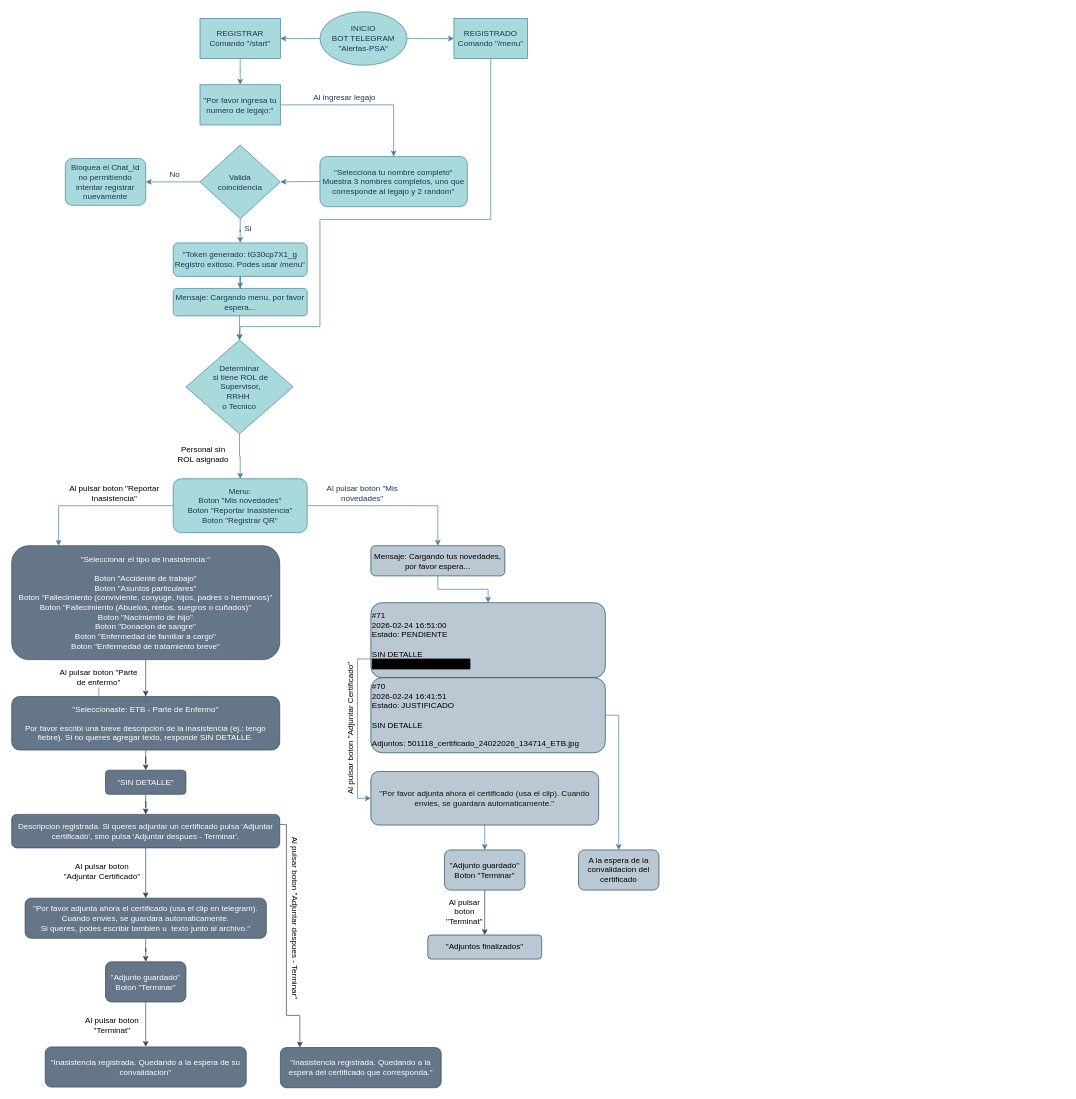
The draw.io diagram page "Flujos_Bot_Telegram" (1 of 2) of Flujos_en _Bot.drawio in gavalle2024/Diagramas-de-Flujos, before the edit. Source tidied: cells renumbered, new cells numbered last; positions are measured from the earlier drawing's top-left corner, leaving out a move shared by most shapes. Both pictures are drawn from the tidied source at 67%, with x=0, y=0 at pixel (11, 11).
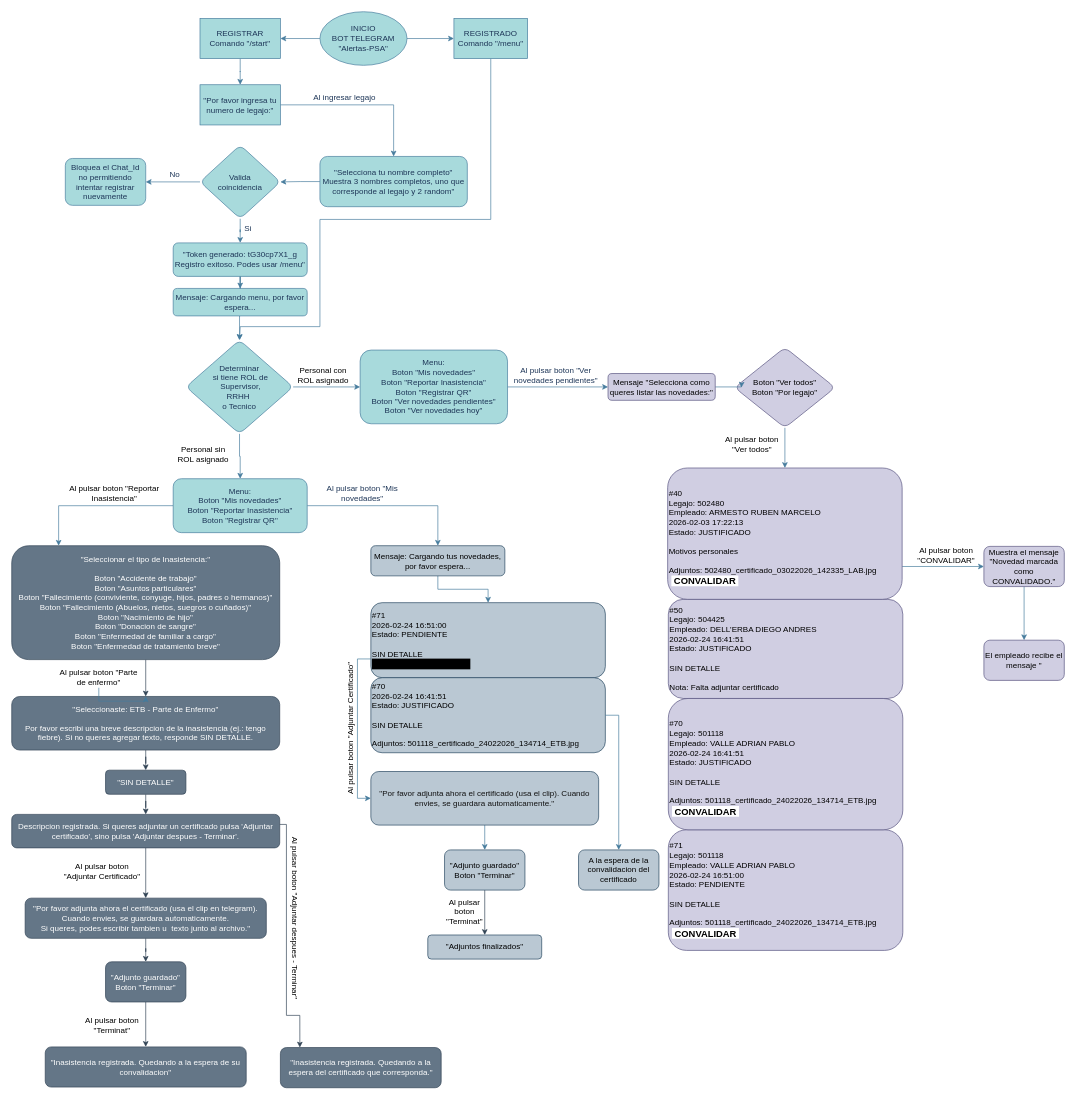
Above is the later version.

The edit, as a diff of the source:
```diff
@@
-    <mxCell id="14" value="Valida&lt;div&gt;coincidencia&lt;/div&gt;" style="rhombus;whiteSpace=wrap;html=1;labelBackgroundColor=none;fillColor=#A8DADC;strokeColor=#457B9D;fontColor=#1D3557;" parent="1" vertex="1">
+    <mxCell id="14" value="Valida&lt;div&gt;coincidencia&lt;/div&gt;" style="rhombus;whiteSpace=wrap;html=1;rounded=1;labelBackgroundColor=none;fillColor=#A8DADC;strokeColor=#457B9D;fontColor=#1D3557;" parent="1" vertex="1">
       <mxGeometry x="281" y="199" width="120" height="110" as="geometry" />
     </mxCell>
@@
+    <mxCell id="66" style="edgeStyle=orthogonalEdgeStyle;rounded=0;jettySize=auto;html=1;strokeColor=#457B9D;fontColor=#1D3557;fillColor=#A8DADC;" parent="1" edge="1" source="64" target="68">
+      <mxGeometry relative="1" as="geometry" />
+    </mxCell>
-    <mxCell id="64" value="&lt;div&gt;&lt;br&gt;&lt;/div&gt;Determinar&lt;div&gt;&amp;nbsp;si tiene ROL de&lt;/div&gt;&lt;div&gt;&amp;nbsp;Supervisor,&lt;/div&gt;&lt;div&gt;RRHH&amp;nbsp;&lt;/div&gt;&lt;div&gt;o Tecnico&lt;/div&gt;&lt;div&gt;&amp;nbsp;&lt;/div&gt;" style="rhombus;whiteSpace=wrap;html=1;labelBackgroundColor=none;fillColor=#A8DADC;strokeColor=#457B9D;fontColor=#1D3557;" parent="1" vertex="1">
+    <mxCell id="64" value="&lt;div&gt;&lt;br&gt;&lt;/div&gt;Determinar&lt;div&gt;&amp;nbsp;si tiene ROL de&lt;/div&gt;&lt;div&gt;&amp;nbsp;Supervisor,&lt;/div&gt;&lt;div&gt;RRHH&amp;nbsp;&lt;/div&gt;&lt;div&gt;o Tecnico&lt;/div&gt;&lt;div&gt;&amp;nbsp;&lt;/div&gt;" style="rhombus;whiteSpace=wrap;html=1;rounded=1;labelBackgroundColor=none;fillColor=#A8DADC;strokeColor=#457B9D;fontColor=#1D3557;" parent="1" vertex="1">
       <mxGeometry x="260" y="490" width="160" height="140" as="geometry" />
     </mxCell>
@@
+    <mxCell id="67" style="edgeStyle=orthogonalEdgeStyle;rounded=0;jettySize=auto;html=1;strokeColor=#457B9D;fontColor=#1D3557;fillColor=#A8DADC;" parent="1" edge="1" source="68" target="74">
+      <mxGeometry relative="1" as="geometry" />
+    </mxCell>
+    <mxCell id="68" value="Menu:&lt;div&gt;Boton &quot;Mis novedades&quot;&lt;/div&gt;&lt;div&gt;Boton &quot;Reportar Inasistencia&quot;&lt;/div&gt;&lt;div&gt;Boton &quot;Registrar QR&quot;&lt;/div&gt;&lt;div&gt;Boton &quot;Ver novedades pendientes&quot;&lt;/div&gt;&lt;div&gt;Boton &quot;Ver novedades hoy&quot;&lt;/div&gt;" style="rounded=1;whiteSpace=wrap;html=1;fillColor=#A8DADC;strokeColor=#457B9D;fontColor=#1D3557;labelBackgroundColor=none;" parent="1" vertex="1">
+      <mxGeometry x="520" y="505" width="220" height="110" as="geometry" />
+    </mxCell>
+    <mxCell id="69" value="Personal con ROL asignado" style="text;html=1;whiteSpace=wrap;align=center;verticalAlign=middle;rounded=0;labelBackgroundColor=none;fontColor=light-dark(#000000,#FFFF66);" parent="1" vertex="1">
+      <mxGeometry x="420" y="513" width="90" height="60" as="geometry" />
+    </mxCell>
+    <mxCell id="70" value="Al pulsar boton &quot;Ver novedades pendientes&lt;span style=&quot;background-color: transparent;&quot;&gt;&quot;&lt;/span&gt;" style="text;html=1;whiteSpace=wrap;strokeColor=none;fillColor=none;align=center;verticalAlign=middle;rounded=0;rotation=0;labelBackgroundColor=none;fontColor=light-dark(#1D3557,#FFFF66);" parent="1" vertex="1">
+      <mxGeometry x="736" y="519" width="153" height="45" as="geometry" />
+    </mxCell>
+    <mxCell id="71" style="edgeStyle=orthogonalEdgeStyle;rounded=0;jettySize=auto;html=1;exitX=0.5;exitY=1;exitDx=0;exitDy=0;entryX=0.5;entryY=0;entryDx=0;entryDy=0;strokeColor=#457B9D;fontColor=#1D3557;fillColor=#A8DADC;" parent="1" edge="1" source="72" target="79">
+      <mxGeometry relative="1" as="geometry" />
+    </mxCell>
+    <mxCell id="72" value="Boton &quot;Ver todos&quot;&lt;div&gt;Boton &quot;Por legajo&quot;&lt;/div&gt;" style="rhombus;whiteSpace=wrap;html=1;fillColor=#d0cee2;strokeColor=#56517e;rounded=1;labelBackgroundColor=none;" parent="1" vertex="1">
+      <mxGeometry x="1079" y="501" width="150" height="120" as="geometry" />
+    </mxCell>
+    <mxCell id="73" style="edgeStyle=orthogonalEdgeStyle;rounded=0;jettySize=auto;html=1;exitX=1;exitY=0.5;exitDx=0;exitDy=0;strokeColor=#457B9D;fontColor=#1D3557;fillColor=#A8DADC;entryX=0.067;entryY=0.5;entryDx=0;entryDy=0;entryPerimeter=0;" parent="1" edge="1" source="74" target="72">
+      <mxGeometry relative="1" as="geometry" />
+    </mxCell>
+    <mxCell id="74" value="Mensaje &quot;Selecciona como queres listar las novedades:&quot;" style="rounded=1;whiteSpace=wrap;html=1;fillColor=#d0cee2;strokeColor=#56517e;labelBackgroundColor=none;fontColor=light-dark(#000000,#FFFFFF);" parent="1" vertex="1">
+      <mxGeometry x="890" y="540" width="160" height="40" as="geometry" />
+    </mxCell>
+    <mxCell id="75" value="&lt;div&gt;&lt;br&gt;&lt;/div&gt;&lt;div&gt;&lt;br&gt;&lt;/div&gt;&lt;div&gt;#50&lt;/div&gt;&lt;div&gt;&lt;div&gt;Legajo: 504425&lt;/div&gt;&lt;div&gt;Empleado: DELL'ERBA DIEGO ANDRES&lt;/div&gt;&lt;/div&gt;&lt;div&gt;2026-02-24 16:41:51&lt;/div&gt;&lt;div&gt;Estado: JUSTIFICADO&lt;/div&gt;&lt;div&gt;&lt;br&gt;&lt;/div&gt;&lt;div&gt;SIN DETALLE&lt;/div&gt;&lt;div&gt;&lt;br&gt;&lt;/div&gt;&lt;div&gt;Nota: Falta adjuntar certificado&lt;/div&gt;&lt;div&gt;&lt;br&gt;&lt;/div&gt;&lt;div&gt;&lt;br&gt;&lt;/div&gt;" style="rounded=1;whiteSpace=wrap;html=1;labelBackgroundColor=none;fillColor=#d0cee2;strokeColor=#56517e;align=left;" parent="1" vertex="1">
+      <mxGeometry x="980" y="877" width="350" height="148" as="geometry" />
+    </mxCell>
+    <mxCell id="76" value="&lt;div&gt;&lt;br&gt;&lt;/div&gt;&lt;div&gt;&lt;br&gt;&lt;/div&gt;#71&lt;div&gt;Legajo: 501118&lt;/div&gt;&lt;div&gt;Empleado: VALLE ADRIAN PABLO&lt;/div&gt;&lt;div&gt;&lt;font style=&quot;&quot;&gt;2026-02-24 16:51:00&lt;/font&gt;&lt;/div&gt;&lt;div&gt;Estado: PENDIENTE&lt;/div&gt;&lt;div&gt;&lt;br&gt;&lt;/div&gt;&lt;div&gt;SIN DETALLE&lt;/div&gt;&lt;div&gt;&lt;br&gt;&lt;/div&gt;&lt;div&gt;Adjuntos: 501118_certificado_24022026_134714_ETB.jpg&lt;/div&gt;&lt;div&gt;&lt;b style=&quot;font-size: 14px;&quot;&gt;&lt;font style=&quot;&quot;&gt;&amp;nbsp;&lt;span style=&quot;background-color: light-dark(rgb(255, 255, 255), rgb(0, 0, 0));&quot;&gt; CONVALIDAR&amp;nbsp;&lt;/span&gt;&amp;nbsp;&lt;/font&gt;&lt;/b&gt;&lt;/div&gt;&lt;div&gt;&lt;br&gt;&lt;/div&gt;&lt;div&gt;&lt;br&gt;&lt;/div&gt;" style="rounded=1;whiteSpace=wrap;html=1;labelBackgroundColor=none;fillColor=#d0cee2;strokeColor=#56517e;align=left;" parent="1" vertex="1">
+      <mxGeometry x="980" y="1221" width="350" height="180" as="geometry" />
+    </mxCell>
+    <mxCell id="77" value="&lt;div&gt;&lt;br&gt;&lt;/div&gt;&lt;div&gt;&lt;br&gt;&lt;/div&gt;&lt;div&gt;#70&lt;/div&gt;&lt;div&gt;&lt;div&gt;Legajo: 501118&lt;/div&gt;&lt;div&gt;Empleado: VALLE ADRIAN PABLO&lt;/div&gt;&lt;/div&gt;&lt;div&gt;2026-02-24 16:41:51&lt;/div&gt;&lt;div&gt;Estado: JUSTIFICADO&lt;/div&gt;&lt;div&gt;&lt;br&gt;&lt;/div&gt;&lt;div&gt;SIN DETALLE&lt;/div&gt;&lt;div&gt;&lt;br&gt;&lt;/div&gt;&lt;div&gt;Adjuntos: 501118_certificado_24022026_134714_ETB.jpg&lt;/div&gt;&lt;div&gt;&lt;b style=&quot;font-size: 14px;&quot;&gt;&lt;font style=&quot;&quot;&gt;&amp;nbsp;&lt;span style=&quot;background-color: light-dark(rgb(255, 255, 255), rgb(0, 0, 0));&quot;&gt; CONVALIDAR&amp;nbsp;&lt;/span&gt;&amp;nbsp;&lt;/font&gt;&lt;/b&gt;&lt;/div&gt;&lt;div&gt;&lt;b style=&quot;font-size: 14px;&quot;&gt;&lt;font style=&quot;&quot;&gt;&lt;br&gt;&lt;/font&gt;&lt;/b&gt;&lt;/div&gt;" style="rounded=1;whiteSpace=wrap;html=1;labelBackgroundColor=none;fillColor=#d0cee2;strokeColor=#56517e;align=left;" parent="1" vertex="1">
+      <mxGeometry x="980" y="1025" width="350" height="196" as="geometry" />
+    </mxCell>
+    <mxCell id="78" style="edgeStyle=orthogonalEdgeStyle;rounded=0;jettySize=auto;html=1;strokeColor=#457B9D;fontColor=#1D3557;fillColor=#A8DADC;exitX=1;exitY=0.75;exitDx=0;exitDy=0;" parent="1" edge="1" source="79" target="82">
+      <mxGeometry relative="1" as="geometry" />
+    </mxCell>
+    <mxCell id="79" value="&lt;div&gt;&lt;br&gt;&lt;/div&gt;&lt;div&gt;&lt;br&gt;&lt;/div&gt;&lt;div&gt;#40&lt;/div&gt;&lt;div&gt;&lt;div&gt;Legajo: 502480&lt;/div&gt;&lt;div&gt;Empleado: ARMESTO RUBEN MARCELO&lt;/div&gt;&lt;div&gt;&lt;span style=&quot;&quot;&gt;2026-02-03 17:22:13&lt;/span&gt;&lt;/div&gt;&lt;/div&gt;&lt;div&gt;Estado: JUSTIFICADO&lt;/div&gt;&lt;div&gt;&lt;br&gt;&lt;/div&gt;&lt;div&gt;Motivos personales&lt;/div&gt;&lt;div&gt;&lt;br&gt;&lt;/div&gt;&lt;div&gt;Adjuntos: 502480_certificado_03022026_142335_LAB.jpg&lt;/div&gt;&lt;div&gt;&lt;b style=&quot;font-size: 14px;&quot;&gt;&lt;font style=&quot;&quot;&gt;&amp;nbsp;&lt;span style=&quot;background-color: light-dark(rgb(255, 255, 255), rgb(0, 0, 0));&quot;&gt; CONVALIDAR&amp;nbsp;&lt;/span&gt;&amp;nbsp;&lt;/font&gt;&lt;/b&gt;&lt;/div&gt;&lt;div&gt;&lt;b style=&quot;font-size: 14px;&quot;&gt;&lt;font style=&quot;&quot;&gt;&lt;br&gt;&lt;/font&gt;&lt;/b&gt;&lt;/div&gt;" style="rounded=1;whiteSpace=wrap;html=1;labelBackgroundColor=none;fillColor=#d0cee2;strokeColor=#56517e;align=left;" parent="1" vertex="1">
+      <mxGeometry x="979" y="681" width="350" height="196" as="geometry" />
+    </mxCell>
+    <mxCell id="80" value="Al pulsar boton &quot;Ver todos&quot;" style="text;html=1;whiteSpace=wrap;align=center;verticalAlign=middle;rounded=0;labelBackgroundColor=none;fontColor=light-dark(#000000,#FFFF66);" parent="1" vertex="1">
+      <mxGeometry x="1060" y="630" width="90" height="30" as="geometry" />
+    </mxCell>
+    <mxCell id="81" style="edgeStyle=orthogonalEdgeStyle;rounded=0;jettySize=auto;html=1;strokeColor=#457B9D;fontColor=#1D3557;fillColor=#A8DADC;" parent="1" edge="1" source="82" target="84">
+      <mxGeometry relative="1" as="geometry" />
+    </mxCell>
+    <mxCell id="82" value="Muestra el mensaje &quot;Novedad marcada como CONVALIDADO.&quot;" style="rounded=1;whiteSpace=wrap;html=1;align=center;fillColor=#d0cee2;strokeColor=#56517e;labelBackgroundColor=none;" parent="1" vertex="1">
+      <mxGeometry x="1451" y="798" width="120" height="60" as="geometry" />
+    </mxCell>
+    <mxCell id="83" value="Al pulsar boton &quot;CONVALIDAR&quot;" style="text;html=1;whiteSpace=wrap;align=center;verticalAlign=middle;rounded=0;labelBackgroundColor=none;fontColor=light-dark(#000000,#FFFF66);" parent="1" vertex="1">
+      <mxGeometry x="1350" y="796" width="90" height="30" as="geometry" />
+    </mxCell>
+    <mxCell id="84" value="El empleado recibe el mensaje &quot;" style="rounded=1;whiteSpace=wrap;html=1;fillColor=#d0cee2;strokeColor=#56517e;labelBackgroundColor=none;" parent="1" vertex="1">
+      <mxGeometry x="1451" y="938" width="120" height="60" as="geometry" />
+    </mxCell>
```
